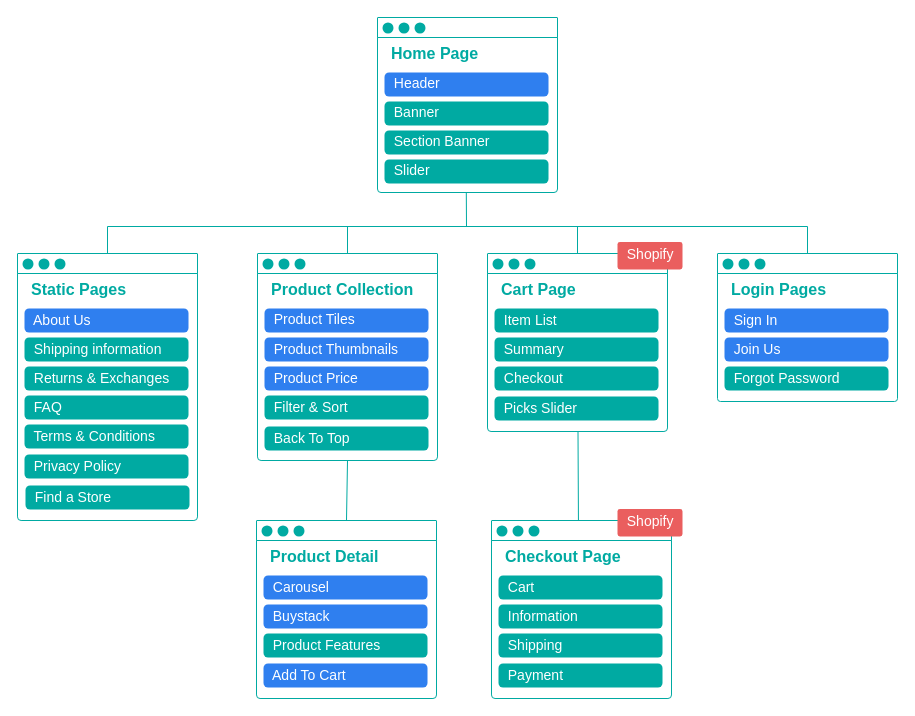
robbywu-linkage/robbywu-linkage keeps this draw.io diagram as Cole_Haan_SiteMap.drawio. Above is the earlier version. Source tidied: cells renumbered, new cells numbered last; positions are measured from the earlier drawing's top-left corner, leaving out a move shared by most shapes. Both pictures are drawn from the tidied source at 100%, with x=0, y=0 at pixel (17, 17).
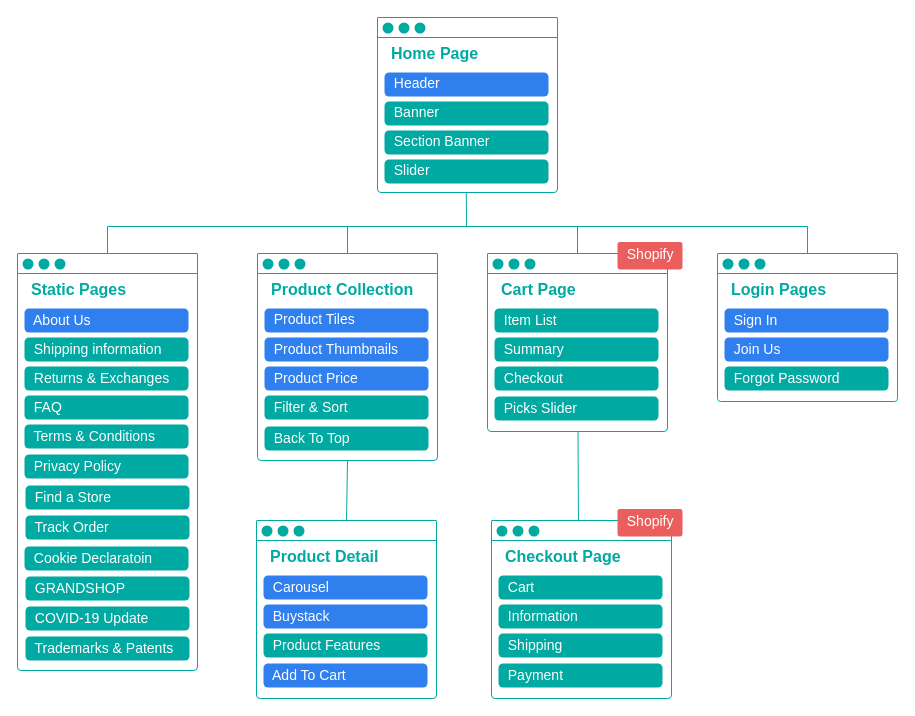
The same diagram, later.

The edit, as a diff of the source:
```diff
@@
     <mxCell id="23" style="rounded=1;whiteSpace=wrap;html=1;arcSize=2;strokeColor=#00AAA2;" parent="1" vertex="1">
-      <mxGeometry y="236" width="180" height="267" as="geometry" />
+      <mxGeometry y="236" width="180" height="417" as="geometry" />
     </mxCell>
@@
+    <mxCell id="87" value="&lt;span style=&quot;font-size: 14px&quot;&gt;&amp;nbsp; Track Order&lt;/span&gt;" style="rounded=1;whiteSpace=wrap;html=1;arcSize=19;fontColor=#FFFFFF;align=left;strokeColor=none;fillColor=#00AAA2;" parent="1" vertex="1">
+      <mxGeometry x="8" y="498" width="164" height="24" as="geometry" />
+    </mxCell>
+    <mxCell id="88" value="&lt;span style=&quot;font-size: 14px&quot;&gt;&amp;nbsp; Cookie Declaratoin&lt;/span&gt;" style="rounded=1;whiteSpace=wrap;html=1;arcSize=19;fontColor=#FFFFFF;align=left;strokeColor=none;fillColor=#00AAA2;" parent="1" vertex="1">
+      <mxGeometry x="7" y="529" width="164" height="24" as="geometry" />
+    </mxCell>
+    <mxCell id="89" value="&lt;span style=&quot;font-size: 14px&quot;&gt;&amp;nbsp; GRANDSHOP&lt;/span&gt;" style="rounded=1;whiteSpace=wrap;html=1;arcSize=19;fontColor=#FFFFFF;align=left;strokeColor=none;fillColor=#00AAA2;" parent="1" vertex="1">
+      <mxGeometry x="8" y="559" width="164" height="24" as="geometry" />
+    </mxCell>
+    <mxCell id="90" value="&lt;span style=&quot;font-size: 14px&quot;&gt;&amp;nbsp; COVID-19 Update&lt;/span&gt;" style="rounded=1;whiteSpace=wrap;html=1;arcSize=19;fontColor=#FFFFFF;align=left;strokeColor=none;fillColor=#00AAA2;" parent="1" vertex="1">
+      <mxGeometry x="8" y="589" width="164" height="24" as="geometry" />
+    </mxCell>
+    <mxCell id="91" value="&lt;span style=&quot;font-size: 14px&quot;&gt;&amp;nbsp; Trademarks &amp;amp; Patents&lt;/span&gt;" style="rounded=1;whiteSpace=wrap;html=1;arcSize=19;fontColor=#FFFFFF;align=left;strokeColor=none;fillColor=#00AAA2;" parent="1" vertex="1">
+      <mxGeometry x="8" y="619" width="164" height="24" as="geometry" />
+    </mxCell>
```
